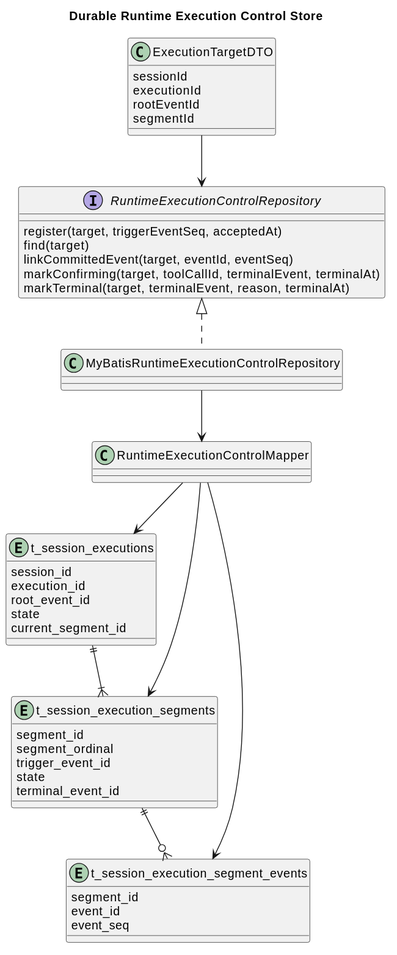
This is docs/designs/runtime-execution-control/runtime_execution_control_store.svg from 2862282695gjh-afk/pi-mono-java, a PlantUML export, as it was before one commit. Its diagram source:
```plantuml
@startuml
title Durable Runtime Execution Control Store
skinparam componentStyle rectangle

class ExecutionTargetDTO {
  sessionId
  executionId
  rootEventId
  segmentId
}

interface RuntimeExecutionControlRepository {
  register(target, triggerEventSeq, acceptedAt)
  find(target)
  linkCommittedEvent(target, eventId, eventSeq)
  markConfirming(target, toolCallId, terminalEvent, terminalAt)
  markTerminal(target, terminalEvent, reason, terminalAt)
}

class MyBatisRuntimeExecutionControlRepository
class RuntimeExecutionControlMapper

entity "t_session_executions" as t_session_executions {
  session_id
  execution_id
  root_event_id
  state
  current_segment_id
}

entity "t_session_execution_segments" as t_session_execution_segments {
  segment_id
  segment_ordinal
  trigger_event_id
  state
  terminal_event_id
}

entity "t_session_execution_segment_events" as t_session_execution_segment_events {
  segment_id
  event_id
  event_seq
}

ExecutionTargetDTO --> RuntimeExecutionControlRepository
RuntimeExecutionControlRepository <|.. MyBatisRuntimeExecutionControlRepository
MyBatisRuntimeExecutionControlRepository --> RuntimeExecutionControlMapper
RuntimeExecutionControlMapper --> t_session_executions
RuntimeExecutionControlMapper --> t_session_execution_segments
RuntimeExecutionControlMapper --> t_session_execution_segment_events
t_session_executions ||--|{ t_session_execution_segments
t_session_execution_segments ||--o{ t_session_execution_segment_events
@enduml
```
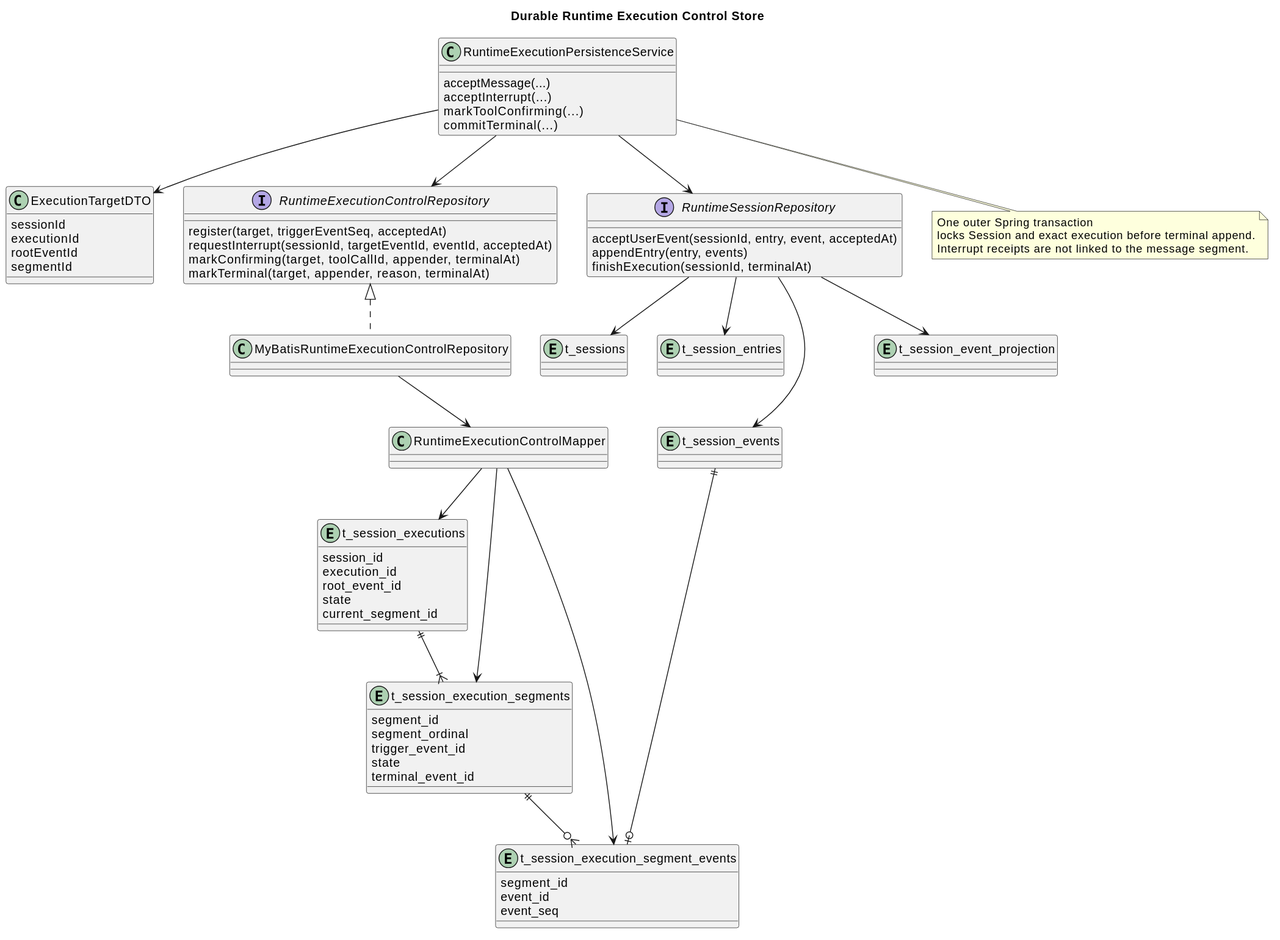
The same diagram one commit later.

Commit message:
docs(runtime): 记录执行控制应用事务边界

What changed in the source:
```diff
@@ -1,6 +1,11 @@
 @startuml
 title Durable Runtime Execution Control Store
-skinparam componentStyle rectangle
+class RuntimeExecutionPersistenceService {
+  acceptMessage(...)
+  acceptInterrupt(...)
+  markToolConfirming(...)
+  commitTerminal(...)
+}
 
 class ExecutionTargetDTO {
   sessionId
@@ -11,10 +16,15 @@
 
 interface RuntimeExecutionControlRepository {
   register(target, triggerEventSeq, acceptedAt)
-  find(target)
-  linkCommittedEvent(target, eventId, eventSeq)
-  markConfirming(target, toolCallId, terminalEvent, terminalAt)
-  markTerminal(target, terminalEvent, reason, terminalAt)
+  requestInterrupt(sessionId, targetEventId, eventId, acceptedAt)
+  markConfirming(target, toolCallId, appender, terminalAt)
+  markTerminal(target, appender, reason, terminalAt)
+}
+
+interface RuntimeSessionRepository {
+  acceptUserEvent(sessionId, entry, event, acceptedAt)
+  appendEntry(entry, events)
+  finishExecution(sessionId, terminalAt)
 }
 
 class MyBatisRuntimeExecutionControlRepository
@@ -42,12 +52,30 @@
   event_seq
 }
 
-ExecutionTargetDTO --> RuntimeExecutionControlRepository
+entity "t_sessions" as t_sessions
+entity "t_session_entries" as t_session_entries
+entity "t_session_events" as t_session_events
+entity "t_session_event_projection" as t_session_event_projection
+
+RuntimeExecutionPersistenceService --> ExecutionTargetDTO
+RuntimeExecutionPersistenceService --> RuntimeExecutionControlRepository
+RuntimeExecutionPersistenceService --> RuntimeSessionRepository
 RuntimeExecutionControlRepository <|.. MyBatisRuntimeExecutionControlRepository
 MyBatisRuntimeExecutionControlRepository --> RuntimeExecutionControlMapper
 RuntimeExecutionControlMapper --> t_session_executions
 RuntimeExecutionControlMapper --> t_session_execution_segments
 RuntimeExecutionControlMapper --> t_session_execution_segment_events
+RuntimeSessionRepository --> t_sessions
+RuntimeSessionRepository --> t_session_entries
+RuntimeSessionRepository --> t_session_events
+RuntimeSessionRepository --> t_session_event_projection
 t_session_executions ||--|{ t_session_execution_segments
 t_session_execution_segments ||--o{ t_session_execution_segment_events
+t_session_events ||--o| t_session_execution_segment_events
+
+note bottom of RuntimeExecutionPersistenceService
+  One outer Spring transaction
+  locks Session and exact execution before terminal append.
+  Interrupt receipts are not linked to the message segment.
+end note
 @enduml
```
